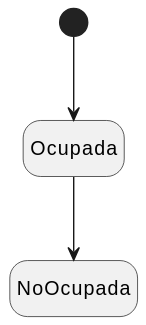
Before: ModeloDeDominio/DiagramaDeEstados/Pista/DiagramaEstadosPista.svg, a diagram exported from PlantUML (pablarce/23-24-IdSw1-SDR).
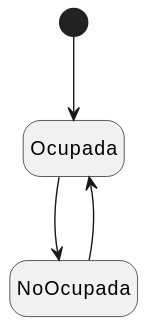
Above is the later version.

Commit message:
Arreglo de Diagrama de Estados Pista y Sistema

Diff of the diagram source:
```diff
@@ -2,4 +2,5 @@
 hide empty description
 [*] --> Ocupada
 Ocupada --> NoOcupada
+NoOcupada--> Ocupada
 @enduml
```
